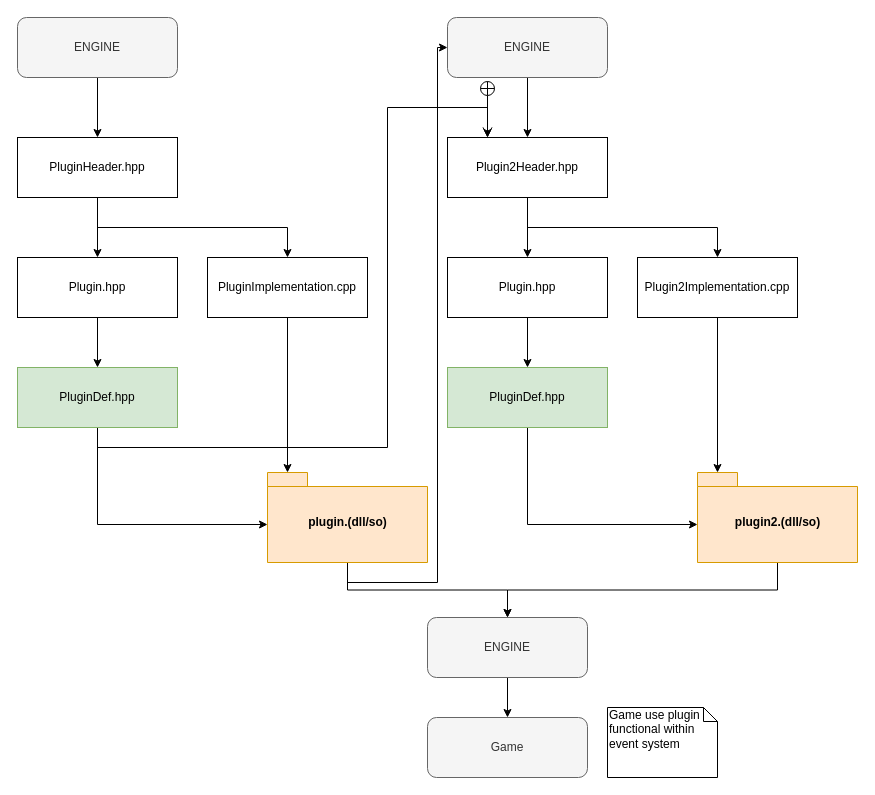
The draw.io diagram Plugin dependence.drawio in iliser/pet, before the edit. Source tidied: cells renumbered, new cells numbered last; positions are measured from the earlier drawing's top-left corner, leaving out a move shared by most shapes. Both pictures are drawn from the tidied source at 100%, with x=0, y=0 at pixel (17, 17).
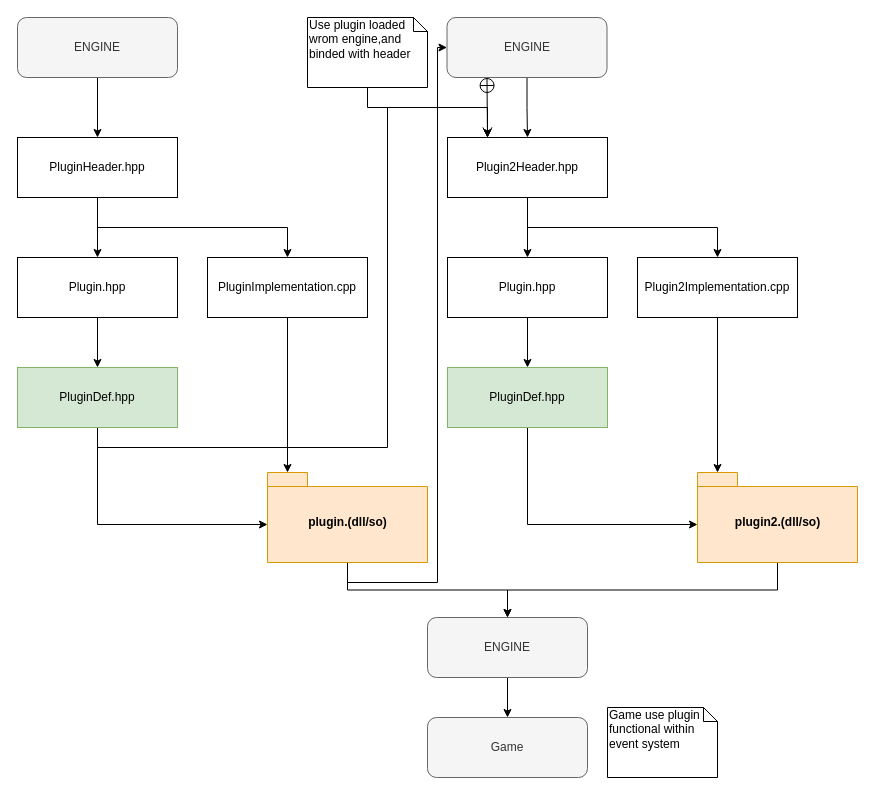
After the change.

The change refers to these unchanged cells:
```xml
<mxCell id="19" value="Plugin2Header.hpp&lt;br&gt;" style="rounded=0;whiteSpace=wrap;html=1;" parent="1" vertex="1">
  <mxGeometry x="430" y="120" width="160" height="60" as="geometry" />
</mxCell>
```

Diff of the diagram source:
```diff
@@
     <mxCell id="20" style="edgeStyle=orthogonalEdgeStyle;rounded=0;jettySize=auto;html=1;exitX=0.5;exitY=1;exitDx=0;exitDy=0;entryX=0.5;entryY=0;entryDx=0;entryDy=0;" parent="1" edge="1" source="21" target="19">
-      <mxGeometry relative="1" as="geometry" />
+      <mxGeometry relative="1" as="geometry">
+        <Array as="points">
+          <mxPoint x="509" y="90" />
+        </Array>
+      </mxGeometry>
     </mxCell>
     <mxCell id="21" value="ENGINE" style="rounded=1;whiteSpace=wrap;html=1;fillColor=#f5f5f5;strokeColor=#666666;fontColor=#333333;" parent="1" vertex="1">
-      <mxGeometry x="430" width="160" height="60" as="geometry" />
+      <mxGeometry x="429.5" width="160" height="60" as="geometry" />
     </mxCell>
-    <mxCell id="22" style="endArrow=open;startArrow=circlePlus;endFill=0;startFill=0;endSize=8;html=1;entryX=0.25;entryY=0;entryDx=0;entryDy=0;" parent="1" edge="1" target="19">
-      <mxGeometry relative="1" as="geometry">
-        <mxPoint x="470" y="63" as="sourcePoint" />
-      </mxGeometry>
+    <mxCell id="22" style="endArrow=open;startArrow=circlePlus;endFill=0;startFill=0;endSize=8;html=1;entryX=0.25;entryY=0;entryDx=0;entryDy=0;exitX=0.25;exitY=1;exitDx=0;exitDy=0;" parent="1" edge="1" source="21" target="19">
+      <mxGeometry relative="1" as="geometry" />
     </mxCell>
@@
+    <mxCell id="35" style="edgeStyle=orthogonalEdgeStyle;rounded=0;jettySize=auto;html=1;exitX=0.5;exitY=1;exitDx=0;exitDy=0;exitPerimeter=0;" parent="1" edge="1" source="36">
+      <mxGeometry relative="1" as="geometry">
+        <mxPoint x="470" y="120" as="targetPoint" />
+        <Array as="points">
+          <mxPoint x="350" y="90" />
+          <mxPoint x="470" y="90" />
+        </Array>
+      </mxGeometry>
+    </mxCell>
+    <mxCell id="36" value="&lt;span&gt;Use plugin loaded wrom engine,and binded with header&lt;/span&gt;" style="shape=note;whiteSpace=wrap;html=1;size=14;verticalAlign=top;align=left;spacingTop=-6;" parent="1" vertex="1">
+      <mxGeometry x="290" width="120" height="70" as="geometry" />
+    </mxCell>
```
